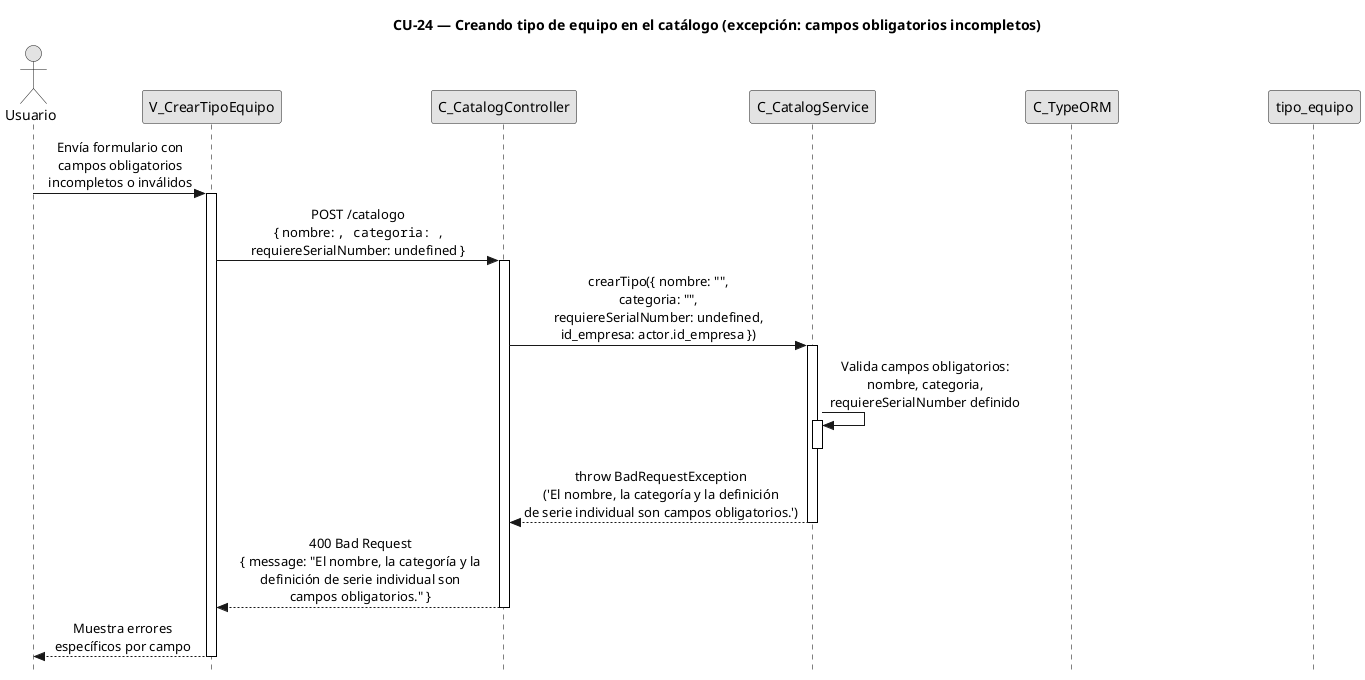
Earlier version of the PlantUML export diagramas/diagramas-secuencia/CU24/CU24-exc-campos-invalidos.png (FSM-Finet-y-Cable-Magico/Team_1-Inventario-y-Bodega).
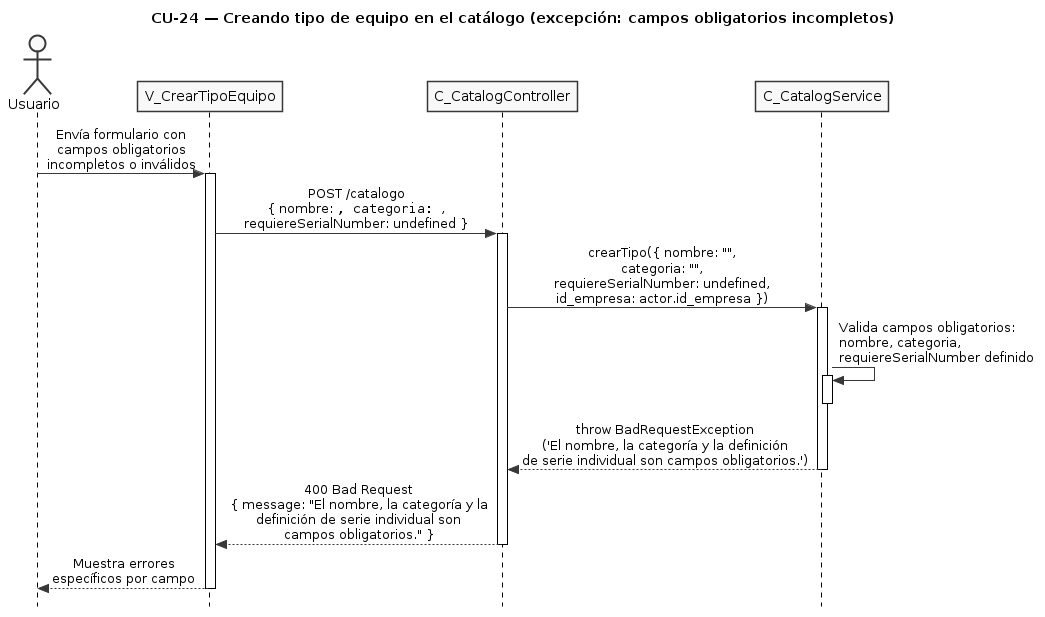
Above is the later version.

Diff of the diagram source:
```diff
@@ -5,8 +5,8 @@
 skinparam monochrome true
 skinparam shadowing false
 skinparam sequenceMessageAlign center
-skinparam ParticipantPadding 70
-skinparam ActorPadding 30
+skinparam ParticipantPadding 25
+skinparam ActorPadding 20
 skinparam sequence {
   MessageAlign center
   LifeLineBorderColor black
@@ -17,8 +17,6 @@
 participant "V_CrearTipoEquipo" as view
 participant "C_CatalogController" as ctrl
 participant "C_CatalogService" as svc
-participant "C_TypeORM" as orm
-participant "tipo_equipo" as tent
 
 user -> view : Envía formulario con\ncampos obligatorios\nincompletos o inválidos
 activate view
```
